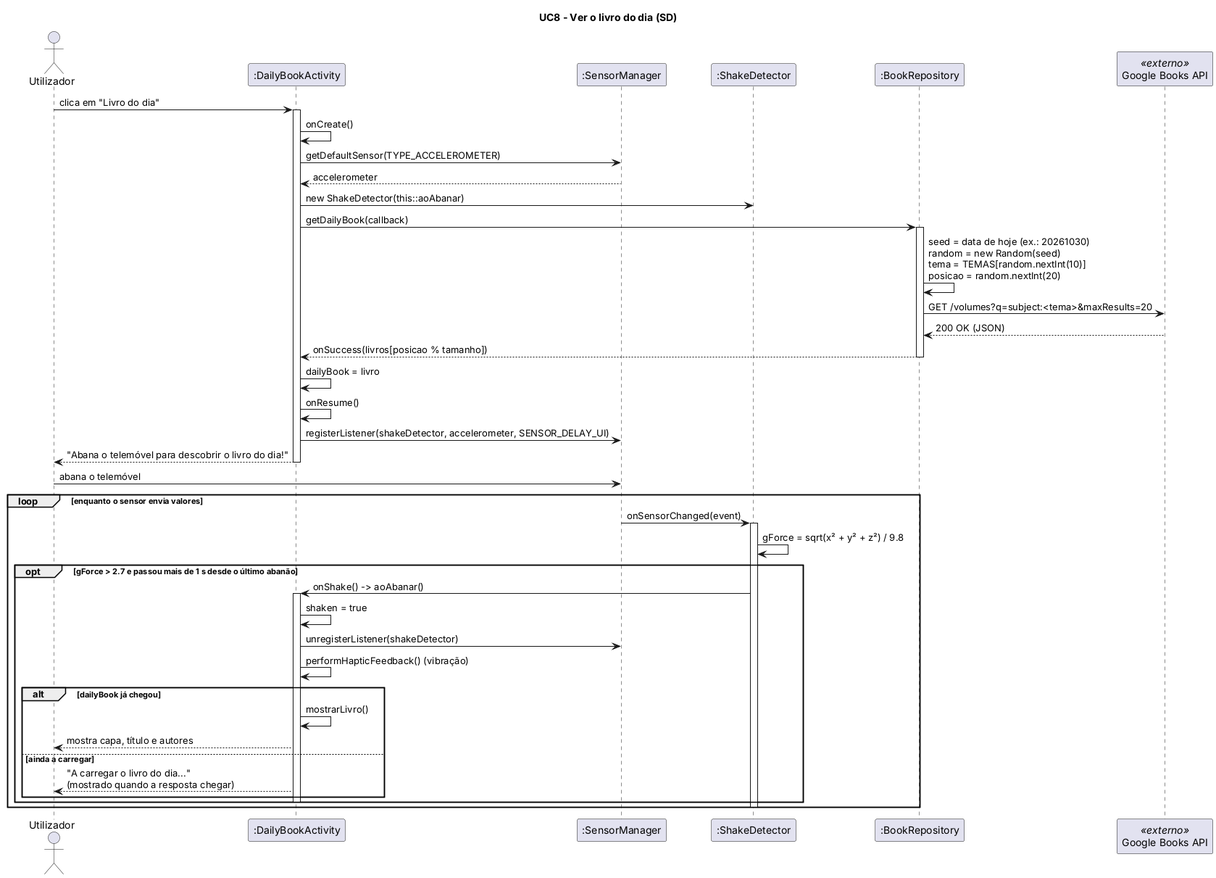
Earlier version of the PlantUML export app/docs/images/UC8-SD.png (Diogo-29/DSSMV_ProjectDroid_1240632_1240857).
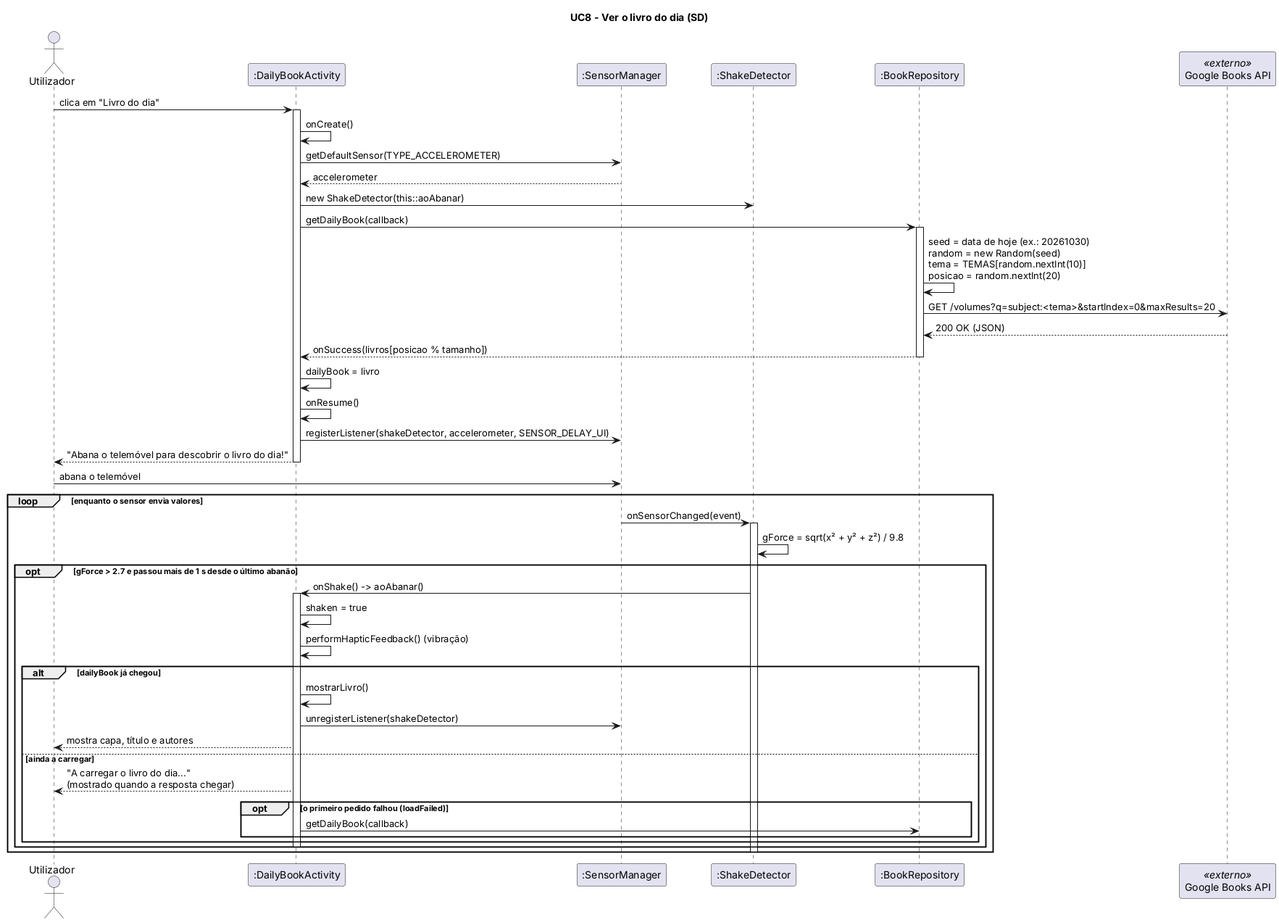
After the change.

Change to the diagram source:
```diff
@@ -18,7 +18,7 @@
 A -> R: getDailyBook(callback)
 activate R
 R -> R: seed = data de hoje (ex.: 20261030)\nrandom = new Random(seed)\ntema = TEMAS[random.nextInt(10)]\nposicao = random.nextInt(20)
-R -> GB: GET /volumes?q=subject:<tema>&maxResults=20
+R -> GB: GET /volumes?q=subject:<tema>&startIndex=0&maxResults=20
 GB --> R: 200 OK (JSON)
 R --> A: onSuccess(livros[posicao % tamanho])
 deactivate R
@@ -37,13 +37,16 @@
     SD -> A: onShake() -> aoAbanar()
     activate A
     A -> A: shaken = true
-    A -> SM: unregisterListener(shakeDetector)
     A -> A: performHapticFeedback() (vibração)
     alt dailyBook já chegou
       A -> A: mostrarLivro()
+      A -> SM: unregisterListener(shakeDetector)
       A --> U: mostra capa, título e autores
     else ainda a carregar
       A --> U: "A carregar o livro do dia..."\n(mostrado quando a resposta chegar)
+      opt o primeiro pedido falhou (loadFailed)
+        A -> R: getDailyBook(callback)
+      end
     end
     deactivate A
   end
```
